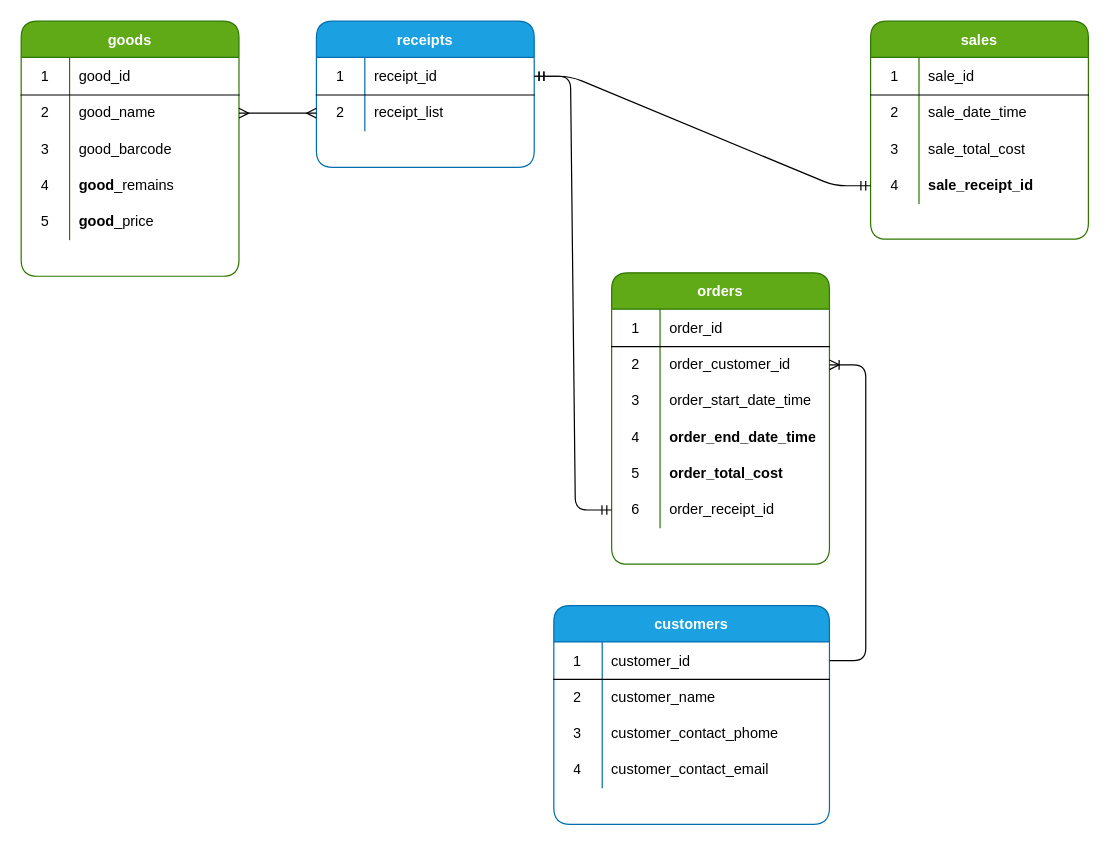
This is Work_2/schema.drawio from AlexLeXX444/MySQL-lessons, a draw.io file, before an edit. Source tidied: cells renumbered, new cells numbered last; positions are measured from the earlier drawing's top-left corner, leaving out a move shared by most shapes. Both pictures are drawn from the tidied source at 121%, with x=0, y=0 at pixel (21, 21).
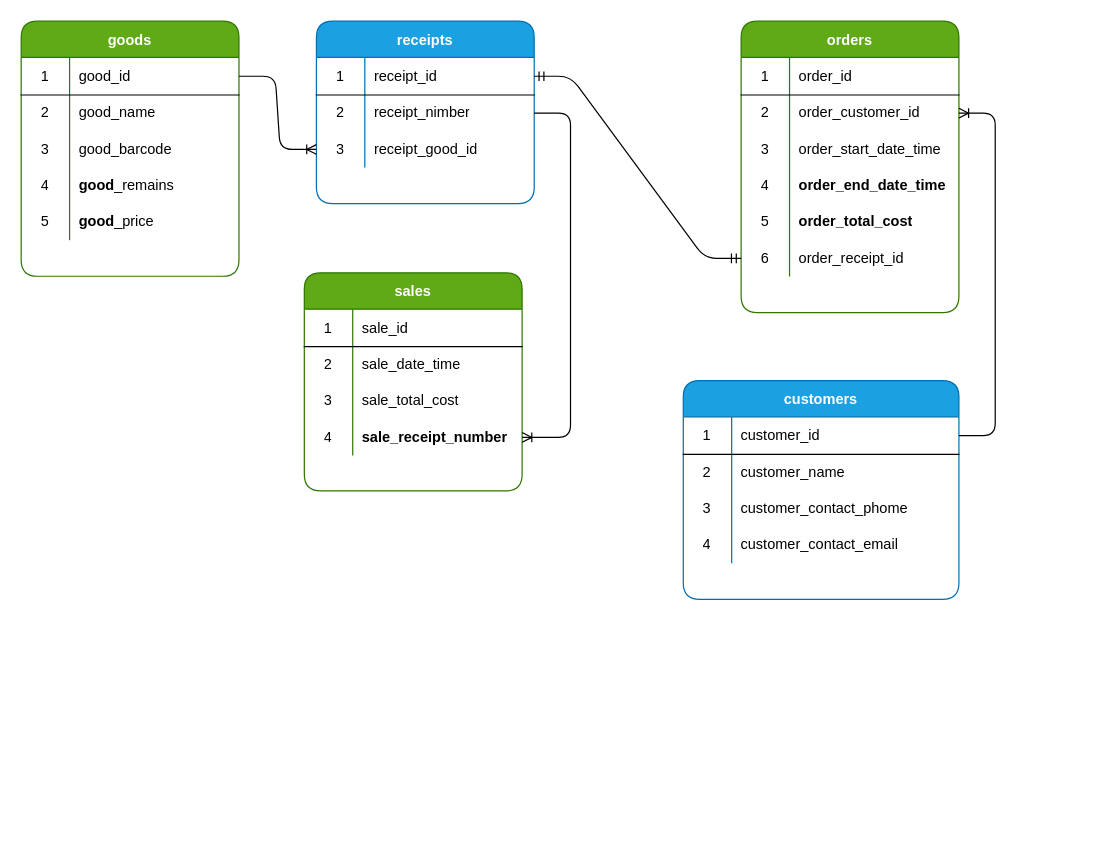
The same page after the edit.

Commit message (it also covers changes not shown here):
try write script

Unchanged cells that the change refers to:
```xml
<mxCell id="3" style="shape=partialRectangle;html=1;whiteSpace=wrap;fillColor=none;top=0;left=0;bottom=1;right=0;points=[[0,0.5],[1,0.5]];portConstraint=eastwest;" parent="2" vertex="1">
  <mxGeometry y="30" width="180" height="31" as="geometry" />
</mxCell>
<mxCell id="6" style="shape=partialRectangle;html=1;whiteSpace=wrap;fillColor=none;top=0;left=0;bottom=0;right=0;points=[[0,0.5],[1,0.5]];portConstraint=eastwest;" parent="2" vertex="1">
  <mxGeometry y="61" width="180" height="30" as="geometry" />
</mxCell>
<mxCell id="28" style="shape=partialRectangle;html=1;whiteSpace=wrap;fillColor=none;top=0;left=0;bottom=0;right=0;points=[[0,0.5],[1,0.5]];portConstraint=eastwest;" parent="18" vertex="1">
  <mxGeometry y="121" width="180" height="30" as="geometry" />
</mxCell>
<mxCell id="32" style="shape=partialRectangle;html=1;whiteSpace=wrap;fillColor=none;top=0;left=0;bottom=1;right=0;points=[[0,0.5],[1,0.5]];portConstraint=eastwest;" parent="31" vertex="1">
  <mxGeometry y="30" width="180" height="31" as="geometry" />
</mxCell>
<mxCell id="35" style="shape=partialRectangle;html=1;whiteSpace=wrap;fillColor=none;top=0;left=0;bottom=0;right=0;points=[[0,0.5],[1,0.5]];portConstraint=eastwest;" parent="31" vertex="1">
  <mxGeometry y="61" width="180" height="30" as="geometry" />
</mxCell>
```

What changed in the source:
```diff
@@
     <mxCell id="18" value="sales" style="shape=table;startSize=30;childLayout=tableLayout;rowLines=0;fontStyle=1;align=center;rounded=1;shadow=0;sketch=0;fillColor=#60a917;fontColor=#ffffff;strokeColor=#2D7600;" parent="1" vertex="1">
-      <mxGeometry x="702" width="180" height="180.2" as="geometry" />
+      <mxGeometry x="234" y="208" width="180" height="180.2" as="geometry" />
     </mxCell>
@@
-    <mxCell id="30" value="&lt;div style=&quot;text-align: center&quot;&gt;&lt;span&gt;&lt;b&gt;sale_&lt;/b&gt;&lt;/span&gt;&lt;b&gt;receipt_id&lt;/b&gt;&lt;/div&gt;" style="shape=partialRectangle;html=1;whiteSpace=wrap;fillColor=none;top=0;left=0;bottom=0;right=0;align=left;spacingLeft=6;overflow=hidden;" parent="28" vertex="1">
+    <mxCell id="30" value="&lt;div style=&quot;text-align: center&quot;&gt;&lt;span&gt;&lt;b&gt;sale_&lt;/b&gt;&lt;/span&gt;&lt;b&gt;receipt_number&lt;/b&gt;&lt;/div&gt;" style="shape=partialRectangle;html=1;whiteSpace=wrap;fillColor=none;top=0;left=0;bottom=0;right=0;align=left;spacingLeft=6;overflow=hidden;" parent="28" vertex="1">
       <mxGeometry x="40" width="140" height="30" as="geometry" />
     </mxCell>
     <mxCell id="31" value="receipts" style="shape=table;startSize=30;childLayout=tableLayout;rowLines=0;fontStyle=1;align=center;rounded=1;shadow=0;sketch=0;fillColor=#1ba1e2;fontColor=#ffffff;strokeColor=#006EAF;" parent="1" vertex="1">
-      <mxGeometry x="244" width="180" height="120.8" as="geometry" />
+      <mxGeometry x="244" width="180" height="150.8" as="geometry" />
     </mxCell>
@@
-    <mxCell id="37" value="receipt_list" style="shape=partialRectangle;html=1;whiteSpace=wrap;fillColor=none;top=0;left=0;bottom=0;right=0;align=left;spacingLeft=6;overflow=hidden;" parent="35" vertex="1">
+    <mxCell id="37" value="receipt_nimber" style="shape=partialRectangle;html=1;whiteSpace=wrap;fillColor=none;top=0;left=0;bottom=0;right=0;align=left;spacingLeft=6;overflow=hidden;" parent="35" vertex="1">
       <mxGeometry x="40" width="140" height="30" as="geometry" />
     </mxCell>
-    <mxCell id="38" style="edgeStyle=entityRelationEdgeStyle;fontSize=12;html=1;endArrow=ERmany;startArrow=ERmany;entryX=0;entryY=0.5;entryDx=0;entryDy=0;exitX=1;exitY=0.5;exitDx=0;exitDy=0;" parent="1" edge="1" source="6" target="35">
-      <mxGeometry relative="1" as="geometry" />
-    </mxCell>
-    <mxCell id="39" style="edgeStyle=entityRelationEdgeStyle;fontSize=12;html=1;endArrow=ERmandOne;startArrow=ERmandOne;exitX=1;exitY=0.5;exitDx=0;exitDy=0;entryX=0;entryY=0.5;entryDx=0;entryDy=0;" parent="1" edge="1" source="32" target="28">
-      <mxGeometry relative="1" as="geometry" />
-    </mxCell>
+    <mxCell id="74" style="shape=partialRectangle;html=1;whiteSpace=wrap;fillColor=none;top=0;left=0;bottom=0;right=0;points=[[0,0.5],[1,0.5]];portConstraint=eastwest;" parent="31" vertex="1">
+      <mxGeometry y="91" width="180" height="30" as="geometry" />
+    </mxCell>
+    <mxCell id="75" value="3" style="shape=partialRectangle;html=1;whiteSpace=wrap;fillColor=none;top=0;left=0;bottom=0;right=0;overflow=hidden;" parent="74" vertex="1">
+      <mxGeometry width="40" height="30" as="geometry" />
+    </mxCell>
+    <mxCell id="76" value="receipt_good_id" style="shape=partialRectangle;html=1;whiteSpace=wrap;fillColor=none;top=0;left=0;bottom=0;right=0;align=left;spacingLeft=6;overflow=hidden;" parent="74" vertex="1">
+      <mxGeometry x="40" width="140" height="30" as="geometry" />
+    </mxCell>
     <mxCell id="40" value="orders" style="shape=table;startSize=30;childLayout=tableLayout;rowLines=0;fontStyle=1;align=center;rounded=1;shadow=0;sketch=0;fillColor=#60a917;fontColor=#ffffff;strokeColor=#2D7600;" parent="1" vertex="1">
-      <mxGeometry x="488" y="208" width="180" height="240.8" as="geometry" />
+      <mxGeometry x="595" width="180" height="240.8" as="geometry" />
     </mxCell>
@@
     <mxCell id="59" value="customers" style="shape=table;startSize=30;childLayout=tableLayout;rowLines=0;fontStyle=1;align=center;rounded=1;shadow=0;sketch=0;fillColor=#1ba1e2;fontColor=#ffffff;strokeColor=#006EAF;" parent="1" vertex="1">
-      <mxGeometry x="440.2" y="483" width="227.8" height="180.8" as="geometry" />
+      <mxGeometry x="547.2" y="297" width="227.8" height="180.8" as="geometry" />
     </mxCell>
@@
+    <mxCell id="77" style="edgeStyle=entityRelationEdgeStyle;fontSize=12;html=1;endArrow=ERoneToMany;entryX=1;entryY=0.5;entryDx=0;entryDy=0;" parent="1" edge="1" source="35" target="28">
+      <mxGeometry relative="1" as="geometry" />
+    </mxCell>
+    <mxCell id="78" style="edgeStyle=entityRelationEdgeStyle;fontSize=12;html=1;endArrow=ERoneToMany;exitX=1;exitY=0.5;exitDx=0;exitDy=0;entryX=0;entryY=0.5;entryDx=0;entryDy=0;" parent="1" edge="1" source="3" target="74">
+      <mxGeometry relative="1" as="geometry" />
+    </mxCell>
```
